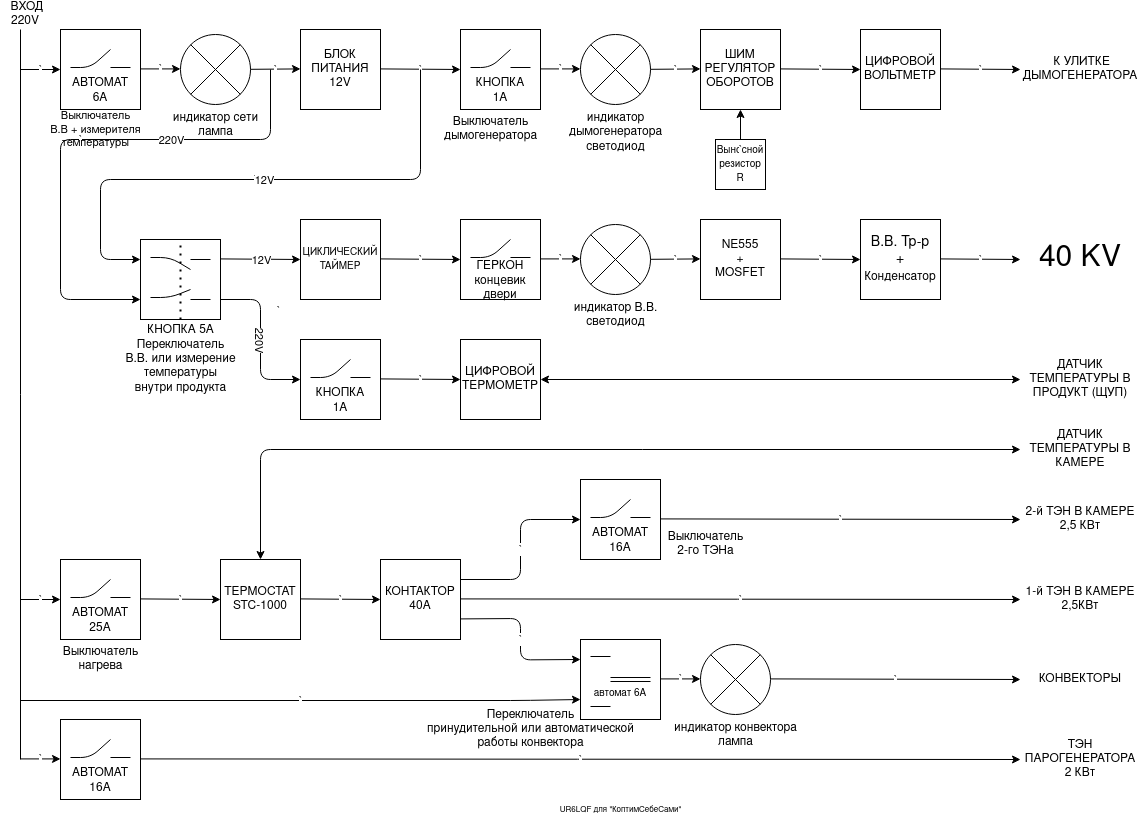
Earlier version of the draw.io export kopv4.png (jekavovikovich/jekavovikovich). Source tidied: cells renumbered, new cells last; positions are measured from the earlier drawing's top-left corner, leaving out a move shared by most shapes.
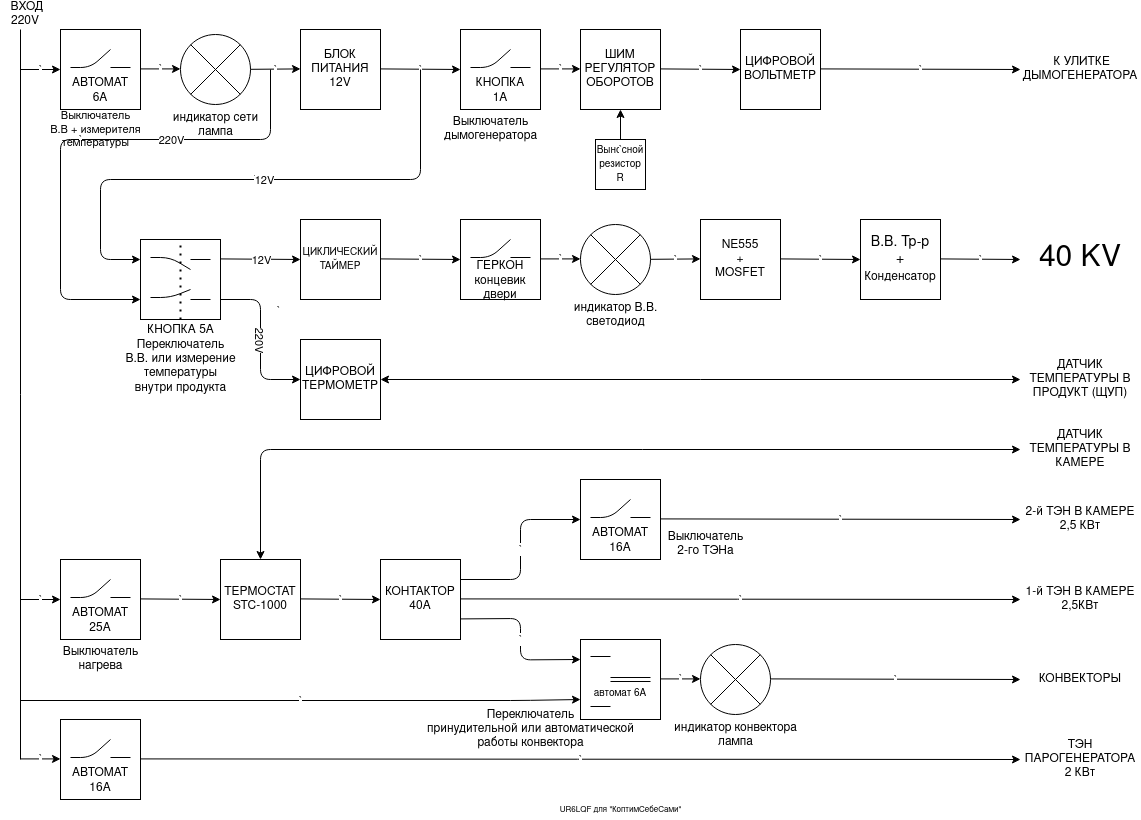
The same file after the commit.

What changed in the source:
```diff
@@ -12,19 +12,16 @@
       <mxGeometry x="300" y="20" width="80" height="80" as="geometry" />
     </mxCell>
     <mxCell id="5" value="&lt;div&gt;ШИМ&lt;/div&gt;&lt;div&gt;РЕГУЛЯТОР&lt;/div&gt;&lt;div&gt;ОБОРОТОВ&lt;br&gt;&lt;/div&gt;" style="whiteSpace=wrap;html=1;" parent="1" vertex="1">
-      <mxGeometry x="700" y="20" width="80" height="80" as="geometry" />
+      <mxGeometry x="580" y="20" width="80" height="80" as="geometry" />
     </mxCell>
     <mxCell id="6" value="&lt;div&gt;ЦИФРОВОЙ&lt;/div&gt;&lt;div&gt;ВОЛЬТМЕТР&lt;/div&gt;" style="whiteSpace=wrap;html=1;" parent="1" vertex="1">
-      <mxGeometry x="860" y="20" width="80" height="80" as="geometry" />
+      <mxGeometry x="740" y="20" width="80" height="80" as="geometry" />
     </mxCell>
     <mxCell id="7" value="&lt;div&gt;индикатор сети&lt;/div&gt;&lt;div&gt;лампа&lt;br&gt;&lt;/div&gt;" style="verticalLabelPosition=bottom;verticalAlign=top;html=1;shape=mxgraph.flowchart.or;" parent="1" vertex="1">
       <mxGeometry x="180" y="25" width="70" height="70" as="geometry" />
     </mxCell>
-    <mxCell id="8" value="&lt;div&gt;индикатор&lt;/div&gt;&lt;div&gt;дымогенератора&lt;/div&gt;&lt;div&gt;светодиод&lt;br&gt;&lt;/div&gt;" style="verticalLabelPosition=bottom;verticalAlign=top;html=1;shape=mxgraph.flowchart.or;" parent="1" vertex="1">
-      <mxGeometry x="580" y="25" width="70" height="70" as="geometry" />
-    </mxCell>
     <mxCell id="9" value="&lt;font size=&quot;1&quot;&gt;Выносной резистор R&lt;br&gt;&lt;/font&gt;" style="whiteSpace=wrap;html=1;" parent="1" vertex="1">
-      <mxGeometry x="715" y="130" width="50" height="50" as="geometry" />
+      <mxGeometry x="595" y="130" width="50" height="50" as="geometry" />
     </mxCell>
     <mxCell id="10" value="&lt;font style=&quot;font-size: 10px&quot;&gt;ЦИКЛИЧЕСКИЙ ТАЙМЕР&lt;/font&gt;" style="whiteSpace=wrap;html=1;" parent="1" vertex="1">
       <mxGeometry x="300" y="210" width="80" height="80" as="geometry" />
@@ -39,7 +36,7 @@
       <mxGeometry x="580" y="215" width="70" height="70" as="geometry" />
     </mxCell>
     <mxCell id="14" value="&lt;div&gt;ЦИФРОВОЙ&lt;/div&gt;&lt;div&gt;ТЕРМОМЕТР&lt;/div&gt;" style="whiteSpace=wrap;html=1;" parent="1" vertex="1">
-      <mxGeometry x="460" y="330" width="80" height="80" as="geometry" />
+      <mxGeometry x="300" y="330" width="80" height="80" as="geometry" />
     </mxCell>
     <mxCell id="15" value="&lt;div&gt;ТЕРМОСТАТ&lt;/div&gt;&lt;div&gt;STC-1000&lt;br&gt;&lt;/div&gt;" style="whiteSpace=wrap;html=1;" parent="1" vertex="1">
       <mxGeometry x="220" y="550" width="80" height="80" as="geometry" />
@@ -103,12 +100,6 @@
         <mxPoint x="460" y="250" as="targetPoint" />
       </mxGeometry>
     </mxCell>
-    <mxCell id="27" value="`" style="endArrow=classic;html=1;entryX=0;entryY=0.5;entryDx=0;entryDy=0;" parent="1" edge="1">
-      <mxGeometry relative="1" as="geometry">
-        <mxPoint x="380" y="369.4" as="sourcePoint" />
-        <mxPoint x="460" y="370" as="targetPoint" />
-      </mxGeometry>
-    </mxCell>
     <mxCell id="28" value="`" style="endArrow=classic;html=1;entryX=0;entryY=0.5;entryDx=0;entryDy=0;" parent="1" edge="1">
       <mxGeometry relative="1" as="geometry">
         <mxPoint x="380" y="59.4" as="sourcePoint" />
@@ -117,8 +108,8 @@
     </mxCell>
     <mxCell id="29" value="`" style="endArrow=classic;html=1;entryX=0;entryY=0.5;entryDx=0;entryDy=0;" parent="1" edge="1">
       <mxGeometry relative="1" as="geometry">
-        <mxPoint x="780" y="59.4" as="sourcePoint" />
-        <mxPoint x="860" y="60" as="targetPoint" />
+        <mxPoint x="660" y="59.4" as="sourcePoint" />
+        <mxPoint x="740" y="60" as="targetPoint" />
       </mxGeometry>
     </mxCell>
     <mxCell id="30" value="`" style="endArrow=classic;html=1;entryX=0;entryY=0.5;entryDx=0;entryDy=0;" parent="1" edge="1">
@@ -145,12 +136,6 @@
         <mxPoint x="700" y="249.4" as="targetPoint" />
       </mxGeometry>
     </mxCell>
-    <mxCell id="34" value="`" style="endArrow=classic;html=1;entryX=0;entryY=0.5;entryDx=0;entryDy=0;" parent="1" edge="1">
-      <mxGeometry relative="1" as="geometry">
-        <mxPoint x="650" y="59.8" as="sourcePoint" />
-        <mxPoint x="700" y="59.4" as="targetPoint" />
-      </mxGeometry>
-    </mxCell>
     <mxCell id="35" value="`" style="endArrow=classic;html=1;entryX=0;entryY=0.5;entryDx=0;entryDy=0;exitX=1;exitY=0.75;exitDx=0;exitDy=0;" parent="1" edge="1">
       <mxGeometry x="-0.37" y="19" relative="1" as="geometry">
         <mxPoint x="220" y="290" as="sourcePoint" />
@@ -218,10 +203,9 @@
         <mxPoint x="1020" y="250" as="targetPoint" />
       </mxGeometry>
     </mxCell>
-    <mxCell id="44" value="`" style="endArrow=classic;html=1;entryX=0;entryY=0.5;entryDx=0;entryDy=0;" parent="1" edge="1">
+    <mxCell id="44" value="`" style="endArrow=classic;html=1;entryX=0;entryY=0.5;entryDx=0;entryDy=0;" parent="1" edge="1" target="53">
       <mxGeometry relative="1" as="geometry">
-        <mxPoint x="940" y="59.4" as="sourcePoint" />
-        <mxPoint x="1020" y="60" as="targetPoint" />
+        <mxPoint x="820" y="59.4" as="sourcePoint" />
       </mxGeometry>
     </mxCell>
     <mxCell id="45" value="`" style="endArrow=classic;html=1;entryX=0.5;entryY=1;entryDx=0;entryDy=0;exitX=0.5;exitY=0;exitDx=0;exitDy=0;" parent="1" edge="1" source="9" target="5">
@@ -376,24 +360,6 @@
         <mxPoint x="530" y="248" as="targetPoint" />
       </mxGeometry>
     </mxCell>
-    <mxCell id="73" value="&lt;div&gt;&lt;br&gt;&lt;/div&gt;&lt;div&gt;&lt;br&gt;&lt;/div&gt;&lt;div&gt;&lt;br&gt;&lt;/div&gt;&lt;div&gt;КНОПКА&lt;/div&gt;&lt;div&gt;1А&lt;br&gt;&lt;/div&gt;" style="whiteSpace=wrap;html=1;" parent="1" vertex="1">
-      <mxGeometry x="300" y="330" width="80" height="80" as="geometry" />
-    </mxCell>
-    <mxCell id="74" style="endArrow=none;html=1;" parent="1" edge="1">
-      <mxGeometry relative="1" as="geometry">
-        <mxPoint x="310" y="368" as="sourcePoint" />
-        <mxPoint x="350" y="350" as="targetPoint" />
-        <Array as="points">
-          <mxPoint x="330" y="368" />
-        </Array>
-      </mxGeometry>
-    </mxCell>
-    <mxCell id="75" style="endArrow=none;html=1;" parent="1" edge="1">
-      <mxGeometry relative="1" as="geometry">
-        <mxPoint x="350" y="368" as="sourcePoint" />
-        <mxPoint x="370" y="368" as="targetPoint" />
-      </mxGeometry>
-    </mxCell>
     <mxCell id="76" value="&lt;div&gt;&lt;br&gt;&lt;/div&gt;&lt;div&gt;&lt;br&gt;&lt;/div&gt;&lt;div&gt;&lt;br&gt;&lt;/div&gt;&lt;div&gt;АВТОМАТ&lt;/div&gt;&lt;div&gt;25А&lt;br&gt;&lt;/div&gt;" style="whiteSpace=wrap;html=1;" parent="1" vertex="1">
       <mxGeometry x="60" y="550" width="80" height="80" as="geometry" />
     </mxCell>
```
